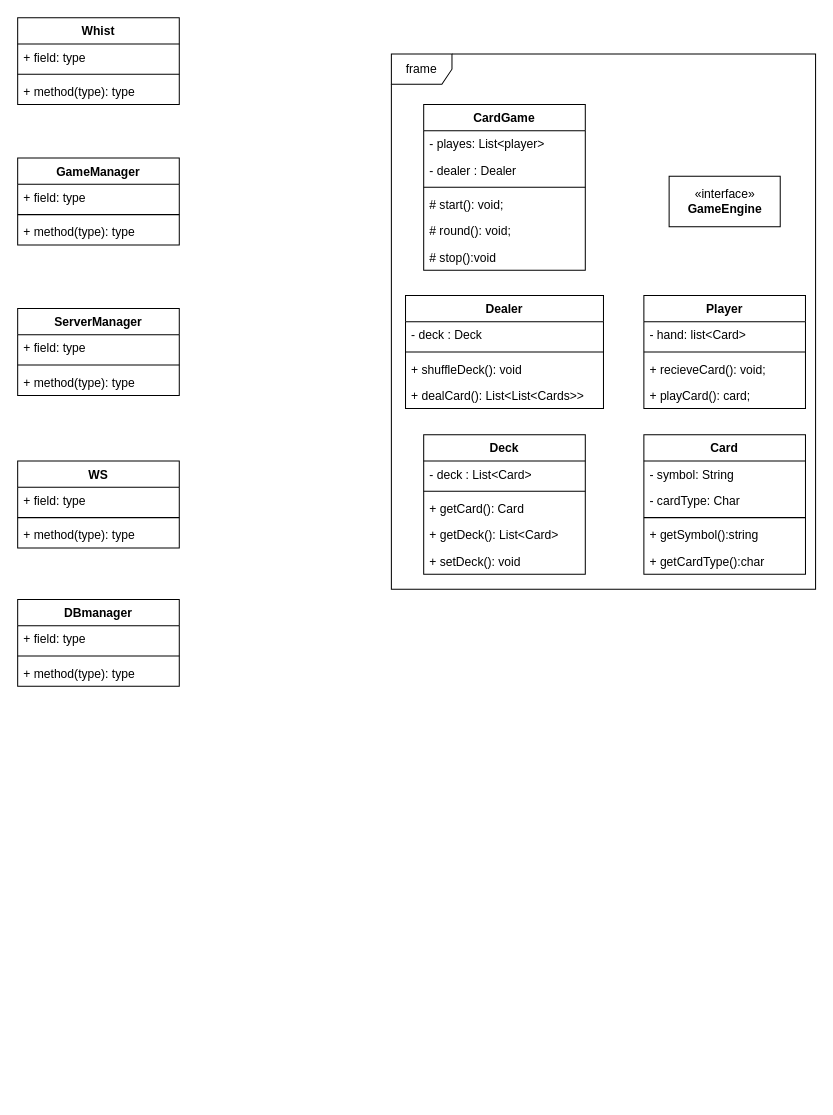
The draw.io diagram KlasseDiagram.drawio in MarcusBou/KortKlubben, before the edit. Source tidied: cells renumbered, new cells numbered last; positions are measured from the earlier drawing's top-left corner, leaving out a move shared by most shapes. Both pictures are drawn from the tidied source at 101%, with x=0, y=0 at pixel (17, 17).
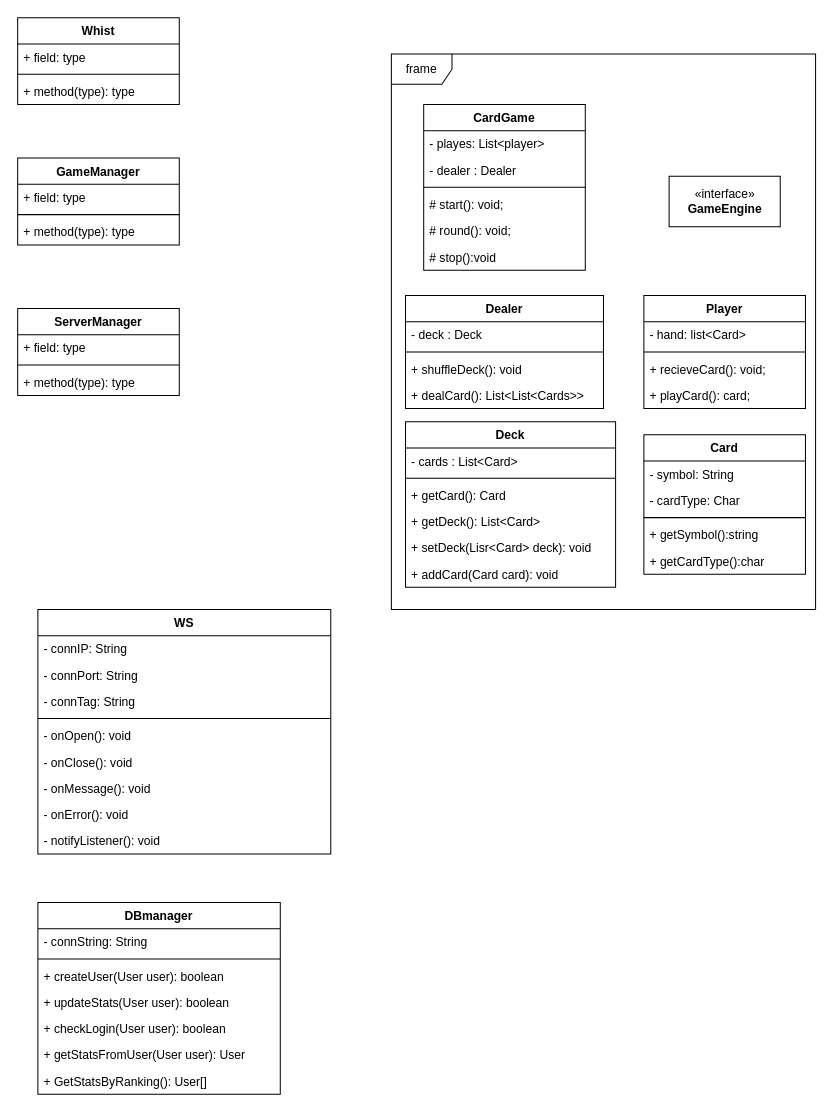
The same page after the edit.

What changed in the source:
```diff
@@
     <mxCell id="2" value="frame" style="shape=umlFrame;whiteSpace=wrap;html=1;" parent="1" vertex="1">
-      <mxGeometry x="370" y="36" width="420" height="530" as="geometry" />
+      <mxGeometry x="370" y="36" width="420" height="550" as="geometry" />
     </mxCell>
@@
     <mxCell id="26" value="Deck" style="swimlane;fontStyle=1;align=center;verticalAlign=top;horizontal=1;startSize=26;" parent="1" vertex="1">
-      <mxGeometry x="402" y="413" width="160" height="138" as="geometry" />
+      <mxGeometry x="384" y="400" width="208" height="164" as="geometry" />
     </mxCell>
-    <mxCell id="27" value="- deck : List&lt;Card&gt;" style="text;strokeColor=none;fillColor=none;align=left;verticalAlign=top;spacingLeft=4;spacingRight=4;overflow=hidden;" parent="26" vertex="1">
-      <mxGeometry y="26" width="160" height="26" as="geometry" />
+    <mxCell id="27" value="- cards : List&lt;Card&gt;" style="text;strokeColor=none;fillColor=none;align=left;verticalAlign=top;spacingLeft=4;spacingRight=4;overflow=hidden;" parent="26" vertex="1">
+      <mxGeometry y="26" width="208" height="26" as="geometry" />
     </mxCell>
     <mxCell id="28" style="line;strokeWidth=1;fillColor=none;align=left;verticalAlign=middle;spacingTop=-1;spacingLeft=3;spacingRight=3;labelPosition=right;" parent="26" vertex="1">
-      <mxGeometry y="52" width="160" height="8" as="geometry" />
+      <mxGeometry y="52" width="208" height="8" as="geometry" />
     </mxCell>
     <mxCell id="29" value="+ getCard(): Card  &#10;" style="text;strokeColor=none;fillColor=none;align=left;verticalAlign=top;spacingLeft=4;spacingRight=4;overflow=hidden;" parent="26" vertex="1">
-      <mxGeometry y="60" width="160" height="26" as="geometry" />
+      <mxGeometry y="60" width="208" height="26" as="geometry" />
     </mxCell>
     <mxCell id="30" value="+ getDeck(): List&lt;Card&gt;" style="text;strokeColor=none;fillColor=none;align=left;verticalAlign=top;spacingLeft=4;spacingRight=4;overflow=hidden;" parent="26" vertex="1">
-      <mxGeometry y="86" width="160" height="26" as="geometry" />
+      <mxGeometry y="86" width="208" height="26" as="geometry" />
     </mxCell>
+    <mxCell id="53" value="+ setDeck(Lisr&lt;Card&gt; deck): void" style="text;strokeColor=none;fillColor=none;align=left;verticalAlign=top;spacingLeft=4;spacingRight=4;overflow=hidden;" parent="26" vertex="1">
+      <mxGeometry y="112" width="208" height="26" as="geometry" />
+    </mxCell>
-    <mxCell id="31" value="+ setDeck(): void" style="text;strokeColor=none;fillColor=none;align=left;verticalAlign=top;spacingLeft=4;spacingRight=4;overflow=hidden;" parent="26" vertex="1">
-      <mxGeometry y="112" width="160" height="26" as="geometry" />
+    <mxCell id="31" value="+ addCard(Card card): void" style="text;strokeColor=none;fillColor=none;align=left;verticalAlign=top;spacingLeft=4;spacingRight=4;overflow=hidden;" parent="26" vertex="1">
+      <mxGeometry y="138" width="208" height="26" as="geometry" />
     </mxCell>
@@
     <mxCell id="41" value="WS" style="swimlane;fontStyle=1;align=center;verticalAlign=top;horizontal=1;startSize=26;" parent="1" vertex="1">
-      <mxGeometry y="439" width="160" height="86" as="geometry" />
+      <mxGeometry x="20" y="586" width="290" height="242" as="geometry" />
     </mxCell>
+    <mxCell id="54" value="- connIP: String" style="text;strokeColor=none;fillColor=none;align=left;verticalAlign=top;spacingLeft=4;spacingRight=4;overflow=hidden;" parent="41" vertex="1">
+      <mxGeometry y="26" width="290" height="26" as="geometry" />
+    </mxCell>
+    <mxCell id="55" value="- connPort: String" style="text;strokeColor=none;fillColor=none;align=left;verticalAlign=top;spacingLeft=4;spacingRight=4;overflow=hidden;" parent="41" vertex="1">
+      <mxGeometry y="52" width="290" height="26" as="geometry" />
+    </mxCell>
-    <mxCell id="42" value="+ field: type" style="text;strokeColor=none;fillColor=none;align=left;verticalAlign=top;spacingLeft=4;spacingRight=4;overflow=hidden;" parent="41" vertex="1">
-      <mxGeometry y="26" width="160" height="26" as="geometry" />
+    <mxCell id="42" value="- connTag: String" style="text;strokeColor=none;fillColor=none;align=left;verticalAlign=top;spacingLeft=4;spacingRight=4;overflow=hidden;" parent="41" vertex="1">
+      <mxGeometry y="78" width="290" height="26" as="geometry" />
     </mxCell>
     <mxCell id="43" style="line;strokeWidth=1;fillColor=none;align=left;verticalAlign=middle;spacingTop=-1;spacingLeft=3;spacingRight=3;labelPosition=right;" parent="41" vertex="1">
-      <mxGeometry y="52" width="160" height="8" as="geometry" />
+      <mxGeometry y="104" width="290" height="8" as="geometry" />
     </mxCell>
-    <mxCell id="44" value="+ method(type): type" style="text;strokeColor=none;fillColor=none;align=left;verticalAlign=top;spacingLeft=4;spacingRight=4;overflow=hidden;" parent="41" vertex="1">
-      <mxGeometry y="60" width="160" height="26" as="geometry" />
+    <mxCell id="44" value="- onOpen(): void" style="text;strokeColor=none;fillColor=none;align=left;verticalAlign=top;spacingLeft=4;spacingRight=4;overflow=hidden;" parent="41" vertex="1">
+      <mxGeometry y="112" width="290" height="26" as="geometry" />
     </mxCell>
+    <mxCell id="56" value="- onClose(): void" style="text;strokeColor=none;fillColor=none;align=left;verticalAlign=top;spacingLeft=4;spacingRight=4;overflow=hidden;" parent="41" vertex="1">
+      <mxGeometry y="138" width="290" height="26" as="geometry" />
+    </mxCell>
+    <mxCell id="57" value="- onMessage(): void" style="text;strokeColor=none;fillColor=none;align=left;verticalAlign=top;spacingLeft=4;spacingRight=4;overflow=hidden;" parent="41" vertex="1">
+      <mxGeometry y="164" width="290" height="26" as="geometry" />
+    </mxCell>
+    <mxCell id="58" value="- onError(): void" style="text;strokeColor=none;fillColor=none;align=left;verticalAlign=top;spacingLeft=4;spacingRight=4;overflow=hidden;" parent="41" vertex="1">
+      <mxGeometry y="190" width="290" height="26" as="geometry" />
+    </mxCell>
+    <mxCell id="59" value="- notifyListener(): void" style="text;strokeColor=none;fillColor=none;align=left;verticalAlign=top;spacingLeft=4;spacingRight=4;overflow=hidden;" parent="41" vertex="1">
+      <mxGeometry y="216" width="290" height="26" as="geometry" />
+    </mxCell>
@@
     <mxCell id="49" value="DBmanager" style="swimlane;fontStyle=1;align=center;verticalAlign=top;horizontal=1;startSize=26;" parent="1" vertex="1">
-      <mxGeometry y="576" width="160" height="86" as="geometry" />
+      <mxGeometry x="20" y="876" width="240" height="190" as="geometry" />
     </mxCell>
-    <mxCell id="50" value="+ field: type" style="text;strokeColor=none;fillColor=none;align=left;verticalAlign=top;spacingLeft=4;spacingRight=4;overflow=hidden;" parent="49" vertex="1">
-      <mxGeometry y="26" width="160" height="26" as="geometry" />
+    <mxCell id="50" value="- connString: String" style="text;strokeColor=none;fillColor=none;align=left;verticalAlign=top;spacingLeft=4;spacingRight=4;overflow=hidden;" parent="49" vertex="1">
+      <mxGeometry y="26" width="240" height="26" as="geometry" />
     </mxCell>
     <mxCell id="51" style="line;strokeWidth=1;fillColor=none;align=left;verticalAlign=middle;spacingTop=-1;spacingLeft=3;spacingRight=3;labelPosition=right;" parent="49" vertex="1">
-      <mxGeometry y="52" width="160" height="8" as="geometry" />
+      <mxGeometry y="52" width="240" height="8" as="geometry" />
     </mxCell>
-    <mxCell id="52" value="+ method(type): type" style="text;strokeColor=none;fillColor=none;align=left;verticalAlign=top;spacingLeft=4;spacingRight=4;overflow=hidden;" parent="49" vertex="1">
-      <mxGeometry y="60" width="160" height="26" as="geometry" />
+    <mxCell id="52" value="+ createUser(User user): boolean" style="text;strokeColor=none;fillColor=none;align=left;verticalAlign=top;spacingLeft=4;spacingRight=4;overflow=hidden;" parent="49" vertex="1">
+      <mxGeometry y="60" width="240" height="26" as="geometry" />
     </mxCell>
+    <mxCell id="60" value="+ updateStats(User user): boolean" style="text;strokeColor=none;fillColor=none;align=left;verticalAlign=top;spacingLeft=4;spacingRight=4;overflow=hidden;" parent="49" vertex="1">
+      <mxGeometry y="86" width="240" height="26" as="geometry" />
+    </mxCell>
+    <mxCell id="61" value="+ checkLogin(User user): boolean" style="text;strokeColor=none;fillColor=none;align=left;verticalAlign=top;spacingLeft=4;spacingRight=4;overflow=hidden;" parent="49" vertex="1">
+      <mxGeometry y="112" width="240" height="26" as="geometry" />
+    </mxCell>
+    <mxCell id="62" value="+ getStatsFromUser(User user): User" style="text;strokeColor=none;fillColor=none;align=left;verticalAlign=top;spacingLeft=4;spacingRight=4;overflow=hidden;" parent="49" vertex="1">
+      <mxGeometry y="138" width="240" height="26" as="geometry" />
+    </mxCell>
+    <mxCell id="63" value="+ GetStatsByRanking(): User[]" style="text;strokeColor=none;fillColor=none;align=left;verticalAlign=top;spacingLeft=4;spacingRight=4;overflow=hidden;" parent="49" vertex="1">
+      <mxGeometry y="164" width="240" height="26" as="geometry" />
+    </mxCell>
```
